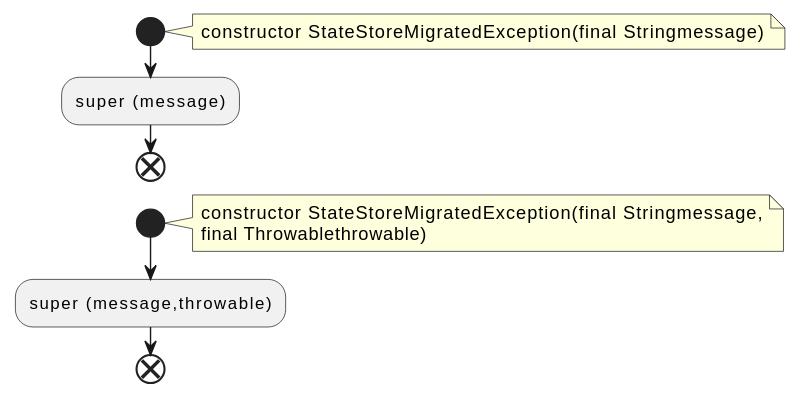
This is docs/qc/streams/src/main/java/org/apache/kafka/streams/errors/StateStoreMigratedException.java.fct.svg from qualitesys/kafka, a PlantUML export, as it was before one commit. Its diagram source:
```plantuml
@startuml
!pragma layout smetana
start
note right
constructor StateStoreMigratedException(final Stringmessage)
end note
:super (message);
end
start
note right
constructor StateStoreMigratedException(final Stringmessage,
final Throwablethrowable)
end note
:super (message,throwable);
end
@enduml
```
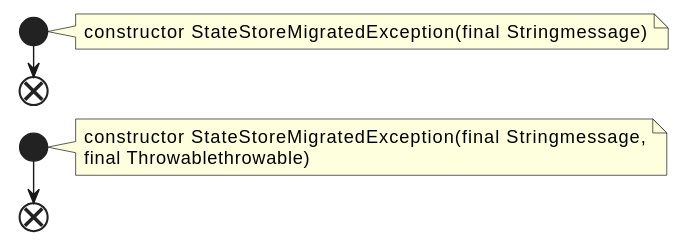
After the change.

The edit, as a diff of the source:
```diff
@@ -4,13 +4,11 @@
 note right
 constructor StateStoreMigratedException(final Stringmessage)
 end note
-:super (message);
 end
 start
 note right
 constructor StateStoreMigratedException(final Stringmessage,
 final Throwablethrowable)
 end note
-:super (message,throwable);
 end
 @enduml
```
